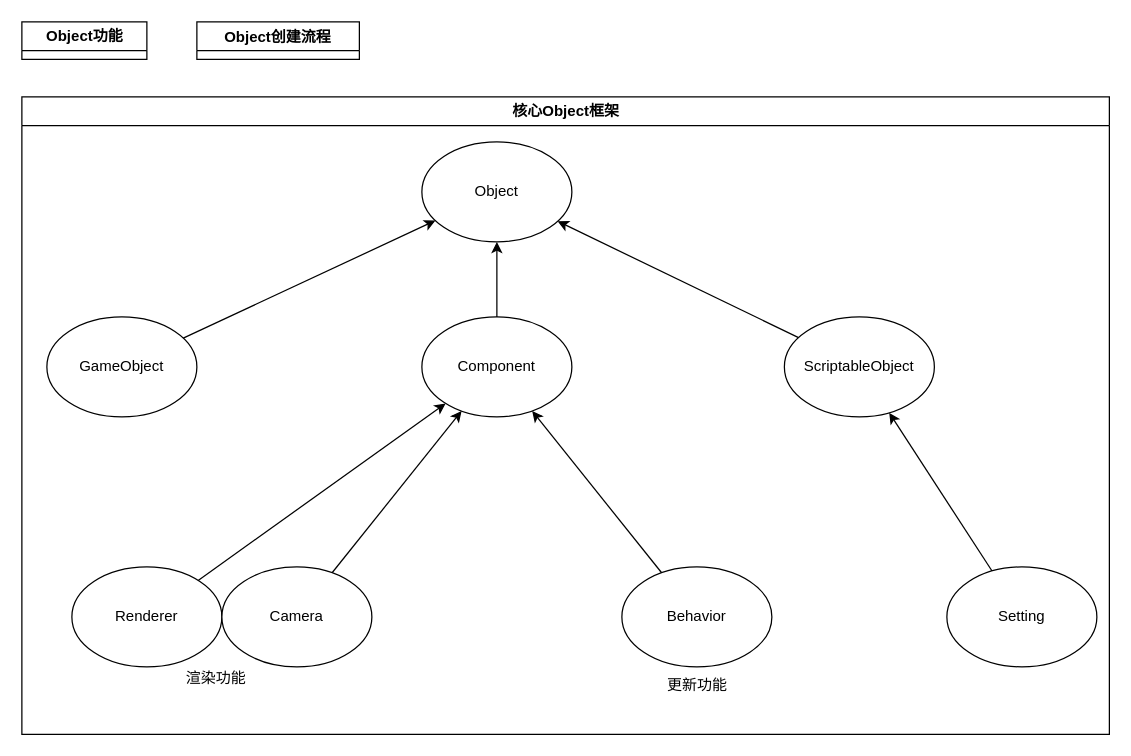
BDFFZI/BDXKEngine keeps this draw.io diagram as BDXKEngine.drawio. Above is the earlier version. Source tidied: cells renumbered, new cells numbered last; positions are measured from the earlier drawing's top-left corner, leaving out a move shared by most shapes. Both pictures are drawn from the tidied source at 125%, with x=0, y=0 at pixel (21, 21).
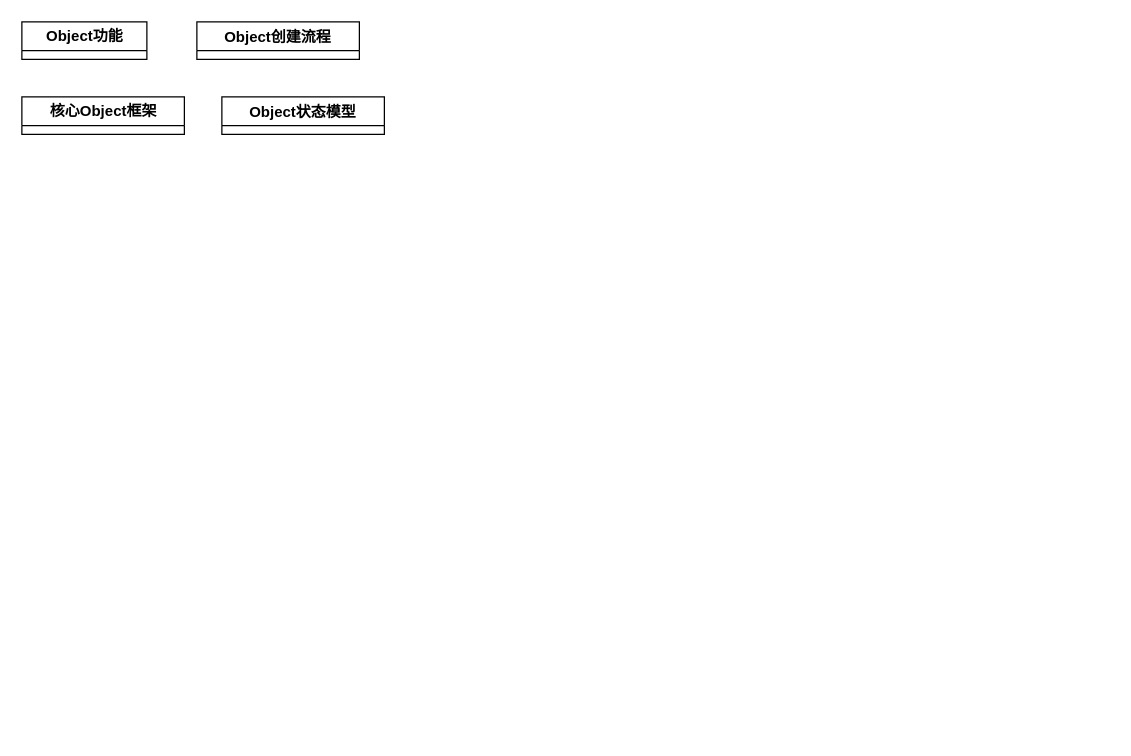
The same page after the edit.

The edit, as a diff of the source:
```diff
@@
-    <mxCell id="3" value="核心Object框架" style="swimlane;strokeColor=default;fontFamily=Helvetica;fontSize=12;fontColor=default;fillColor=default;html=1;swimlaneFillColor=default;" parent="1" vertex="1">
-      <mxGeometry y="60" width="870" height="510" as="geometry" />
+    <mxCell id="3" value="核心Object框架" style="swimlane;strokeColor=default;fontFamily=Helvetica;fontSize=12;fontColor=default;fillColor=default;html=1;swimlaneFillColor=default;" parent="1" vertex="1" collapsed="1">
+      <mxGeometry y="60" width="130" height="30" as="geometry" />
     </mxCell>
-    <mxCell id="4" value="Object" style="ellipse;whiteSpace=wrap;html=1;" parent="3" vertex="1">
-      <mxGeometry x="320" y="36" width="120" height="80" as="geometry" />
-    </mxCell>
-    <mxCell id="5" style="rounded=0;jettySize=auto;html=1;fontSize=24;" parent="3" edge="1" source="6" target="4">
-      <mxGeometry relative="1" as="geometry" />
-    </mxCell>
-    <mxCell id="6" value="GameObject" style="ellipse;whiteSpace=wrap;html=1;" parent="3" vertex="1">
-      <mxGeometry x="20" y="176" width="120" height="80" as="geometry" />
-    </mxCell>
-    <mxCell id="7" style="edgeStyle=none;shape=connector;rounded=0;jettySize=auto;html=1;labelBackgroundColor=default;strokeColor=default;fontFamily=Helvetica;fontSize=24;fontColor=default;endArrow=classic;" parent="3" edge="1" source="8" target="4">
-      <mxGeometry relative="1" as="geometry" />
-    </mxCell>
-    <mxCell id="8" value="Component" style="ellipse;whiteSpace=wrap;html=1;" parent="3" vertex="1">
-      <mxGeometry x="320" y="176" width="120" height="80" as="geometry" />
-    </mxCell>
-    <mxCell id="9" style="edgeStyle=none;shape=connector;rounded=0;jettySize=auto;html=1;labelBackgroundColor=default;strokeColor=default;fontFamily=Helvetica;fontSize=24;fontColor=default;endArrow=classic;" parent="3" edge="1" source="10" target="4">
-      <mxGeometry relative="1" as="geometry" />
-    </mxCell>
-    <mxCell id="10" value="ScriptableObject" style="ellipse;whiteSpace=wrap;html=1;" parent="3" vertex="1">
-      <mxGeometry x="610" y="176" width="120" height="80" as="geometry" />
-    </mxCell>
-    <mxCell id="11" style="edgeStyle=none;shape=connector;rounded=0;jettySize=auto;html=1;labelBackgroundColor=default;strokeColor=default;fontFamily=Helvetica;fontSize=23;fontColor=default;endArrow=classic;" parent="3" edge="1" source="12" target="8">
-      <mxGeometry relative="1" as="geometry" />
-    </mxCell>
-    <mxCell id="12" value="Renderer" style="ellipse;whiteSpace=wrap;html=1;" parent="3" vertex="1">
-      <mxGeometry x="40" y="376" width="120" height="80" as="geometry" />
-    </mxCell>
-    <mxCell id="13" style="edgeStyle=none;shape=connector;rounded=0;jettySize=auto;html=1;labelBackgroundColor=default;strokeColor=default;fontFamily=Helvetica;fontSize=23;fontColor=default;endArrow=classic;" parent="3" edge="1" source="14" target="8">
-      <mxGeometry relative="1" as="geometry" />
-    </mxCell>
-    <mxCell id="14" value="Camera" style="ellipse;whiteSpace=wrap;html=1;" parent="3" vertex="1">
-      <mxGeometry x="160" y="376" width="120" height="80" as="geometry" />
-    </mxCell>
-    <mxCell id="15" style="edgeStyle=none;shape=connector;rounded=0;jettySize=auto;html=1;labelBackgroundColor=default;strokeColor=default;fontFamily=Helvetica;fontSize=23;fontColor=default;endArrow=classic;" parent="3" edge="1" source="16" target="8">
-      <mxGeometry relative="1" as="geometry" />
-    </mxCell>
-    <mxCell id="16" value="Behavior" style="ellipse;whiteSpace=wrap;html=1;" parent="3" vertex="1">
-      <mxGeometry x="480" y="376" width="120" height="80" as="geometry" />
-    </mxCell>
-    <mxCell id="17" style="edgeStyle=none;shape=connector;rounded=0;jettySize=auto;html=1;labelBackgroundColor=default;strokeColor=default;fontFamily=Helvetica;fontSize=12;fontColor=default;endArrow=classic;" parent="3" edge="1" source="18" target="10">
-      <mxGeometry relative="1" as="geometry" />
-    </mxCell>
-    <mxCell id="18" value="Setting" style="ellipse;whiteSpace=wrap;html=1;" parent="3" vertex="1">
-      <mxGeometry x="740" y="376" width="120" height="80" as="geometry" />
-    </mxCell>
-    <mxCell id="19" value="渲染功能" style="text;html=1;align=center;verticalAlign=middle;strokeColor=none;fillColor=none;fontSize=12;fontFamily=Helvetica;fontColor=default;" parent="3" vertex="1">
-      <mxGeometry x="120" y="450" width="70" height="30" as="geometry" />
-    </mxCell>
-    <mxCell id="20" value="更新功能" style="text;html=1;align=center;verticalAlign=middle;strokeColor=none;fillColor=none;fontSize=12;fontFamily=Helvetica;fontColor=default;" parent="3" vertex="1">
-      <mxGeometry x="505" y="456" width="70" height="30" as="geometry" />
-    </mxCell>
@@
+    <mxCell id="22" value="Object状态模型" style="swimlane;" parent="1" vertex="1" collapsed="1">
+      <mxGeometry x="160" y="60" width="130" height="30" as="geometry" />
+    </mxCell>
```
